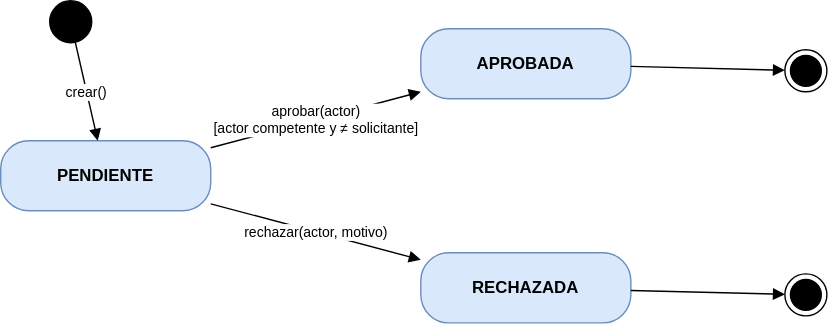
Before: documentacion/assets/diagramas/diagramas-estado-4.svg, a diagram exported from draw.io (JaiderSoto07/kudos-backend). Source tidied: cells renumbered, new cells last; positions are measured from the earlier drawing's top-left corner, leaving out a move shared by most shapes. Its diagram source:
```xml
<mxGraphModel>
  <root>
    <mxCell id="0" />
    <mxCell id="1" parent="0" />
    <mxCell id="2" value="PENDIENTE" style="rounded=1;whiteSpace=wrap;html=1;arcSize=40;fillColor=#dae8fc;strokeColor=#6c8ebf;fontStyle=1;" parent="1" vertex="1">
      <mxGeometry y="100" width="150" height="50" as="geometry" />
    </mxCell>
    <mxCell id="3" value="APROBADA" style="rounded=1;whiteSpace=wrap;html=1;arcSize=40;fillColor=#dae8fc;strokeColor=#6c8ebf;fontStyle=1;" parent="1" vertex="1">
      <mxGeometry x="300" y="20" width="150" height="50" as="geometry" />
    </mxCell>
    <mxCell id="4" value="RECHAZADA" style="rounded=1;whiteSpace=wrap;html=1;arcSize=40;fillColor=#dae8fc;strokeColor=#6c8ebf;fontStyle=1;" parent="1" vertex="1">
      <mxGeometry x="300" y="180" width="150" height="50" as="geometry" />
    </mxCell>
    <mxCell id="5" style="ellipse;fillColor=#000000;strokeColor=#000000;" parent="1" vertex="1">
      <mxGeometry x="35" width="30" height="30" as="geometry" />
    </mxCell>
    <mxCell id="6" value="crear()" style="endArrow=block;endFill=1;html=1;rounded=0;fontSize=10;labelBackgroundColor=#ffffff;edgeStyle=none;" parent="1" edge="1" source="5" target="2">
      <mxGeometry relative="1" as="geometry" />
    </mxCell>
    <mxCell id="7" style="ellipse;html=1;shape=endState;fillColor=#000000;strokeColor=#000000;" parent="1" vertex="1">
      <mxGeometry x="560" y="35" width="30" height="30" as="geometry" />
    </mxCell>
    <mxCell id="8" style="endArrow=block;endFill=1;html=1;rounded=0;fontSize=10;labelBackgroundColor=#ffffff;edgeStyle=none;" parent="1" edge="1" source="3" target="7">
      <mxGeometry relative="1" as="geometry" />
    </mxCell>
    <mxCell id="9" style="ellipse;html=1;shape=endState;fillColor=#000000;strokeColor=#000000;" parent="1" vertex="1">
      <mxGeometry x="560" y="195" width="30" height="30" as="geometry" />
    </mxCell>
    <mxCell id="10" style="endArrow=block;endFill=1;html=1;rounded=0;fontSize=10;labelBackgroundColor=#ffffff;edgeStyle=none;" parent="1" edge="1" source="4" target="9">
      <mxGeometry relative="1" as="geometry" />
    </mxCell>
    <mxCell id="11" value="aprobar(actor)&lt;br&gt;[actor competente y ≠ solicitante]" style="endArrow=block;endFill=1;html=1;rounded=0;fontSize=10;labelBackgroundColor=#ffffff;edgeStyle=none;" parent="1" edge="1" source="2" target="3">
      <mxGeometry relative="1" as="geometry" />
    </mxCell>
    <mxCell id="12" value="rechazar(actor, motivo)" style="endArrow=block;endFill=1;html=1;rounded=0;fontSize=10;labelBackgroundColor=#ffffff;edgeStyle=none;" parent="1" edge="1" source="2" target="4">
      <mxGeometry relative="1" as="geometry" />
    </mxCell>
  </root>
</mxGraphModel>
```
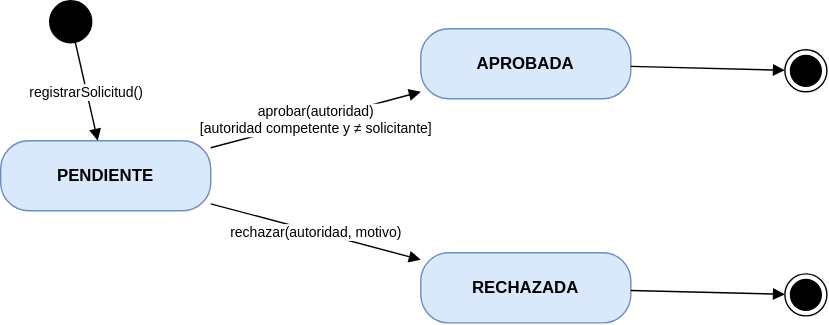
After the change.

What changed in the source:
```diff
@@ -14,7 +14,7 @@
     <mxCell id="5" style="ellipse;fillColor=#000000;strokeColor=#000000;" parent="1" vertex="1">
       <mxGeometry x="35" width="30" height="30" as="geometry" />
     </mxCell>
-    <mxCell id="6" value="crear()" style="endArrow=block;endFill=1;html=1;rounded=0;fontSize=10;labelBackgroundColor=#ffffff;edgeStyle=none;" parent="1" edge="1" source="5" target="2">
+    <mxCell id="6" value="registrarSolicitud()" style="endArrow=block;endFill=1;html=1;rounded=0;fontSize=10;labelBackgroundColor=#ffffff;edgeStyle=none;" parent="1" edge="1" source="5" target="2">
       <mxGeometry relative="1" as="geometry" />
     </mxCell>
     <mxCell id="7" style="ellipse;html=1;shape=endState;fillColor=#000000;strokeColor=#000000;" parent="1" vertex="1">
@@ -29,10 +29,10 @@
     <mxCell id="10" style="endArrow=block;endFill=1;html=1;rounded=0;fontSize=10;labelBackgroundColor=#ffffff;edgeStyle=none;" parent="1" edge="1" source="4" target="9">
       <mxGeometry relative="1" as="geometry" />
     </mxCell>
-    <mxCell id="11" value="aprobar(actor)&lt;br&gt;[actor competente y ≠ solicitante]" style="endArrow=block;endFill=1;html=1;rounded=0;fontSize=10;labelBackgroundColor=#ffffff;edgeStyle=none;" parent="1" edge="1" source="2" target="3">
+    <mxCell id="11" value="aprobar(autoridad)&lt;br&gt;[autoridad competente y ≠ solicitante]" style="endArrow=block;endFill=1;html=1;rounded=0;fontSize=10;labelBackgroundColor=#ffffff;edgeStyle=none;" parent="1" edge="1" source="2" target="3">
       <mxGeometry relative="1" as="geometry" />
     </mxCell>
-    <mxCell id="12" value="rechazar(actor, motivo)" style="endArrow=block;endFill=1;html=1;rounded=0;fontSize=10;labelBackgroundColor=#ffffff;edgeStyle=none;" parent="1" edge="1" source="2" target="4">
+    <mxCell id="12" value="rechazar(autoridad, motivo)" style="endArrow=block;endFill=1;html=1;rounded=0;fontSize=10;labelBackgroundColor=#ffffff;edgeStyle=none;" parent="1" edge="1" source="2" target="4">
       <mxGeometry relative="1" as="geometry" />
     </mxCell>
   </root>
```
